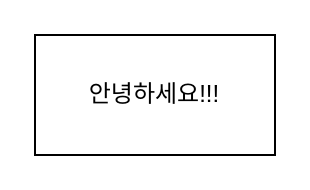
Earlier version of the draw.io diagram Untitled Diagram.drawio (dathree12/KH_Project). Source tidied: cells renumbered, new cells numbered last; positions are measured from the earlier drawing's top-left corner, leaving out a move shared by most shapes. Both pictures are drawn from the tidied source at 200%, with x=0, y=0 at pixel (34, 34).
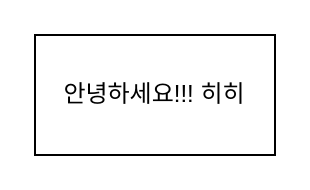
Above is the later version.

Diff of the diagram source:
```diff
@@
 <mxGraphModel>
   <root>
     <mxCell id="0" />
     <mxCell id="1" parent="0" />
-    <mxCell id="2" value="안녕하세요!!!" style="rounded=0;whiteSpace=wrap;html=1;" parent="1" vertex="1">
+    <mxCell id="2" value="안녕하세요!!! 히히" style="rounded=0;whiteSpace=wrap;html=1;" parent="1" vertex="1">
       <mxGeometry width="120" height="60" as="geometry" />
     </mxCell>
   </root>
 </mxGraphModel>
```
